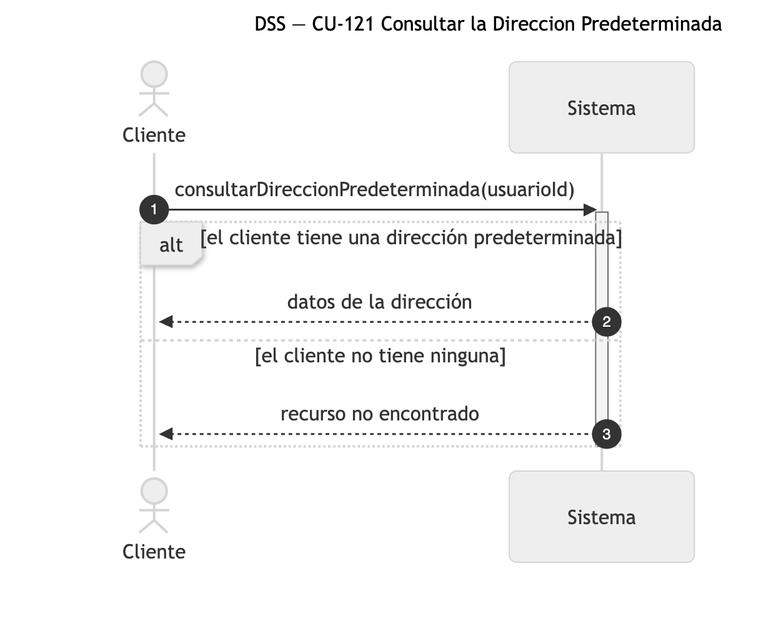
The Mermaid diagram diagramas/png/DSS_CU-121_Consultar-la-Direccion-Predeterminada.png in Nahuelito-Dev/splg-docs, before a commit. Its source is kept beside it as diagramas/DSS_CU-121_Consultar-la-Direccion-Predeterminada.mmd.
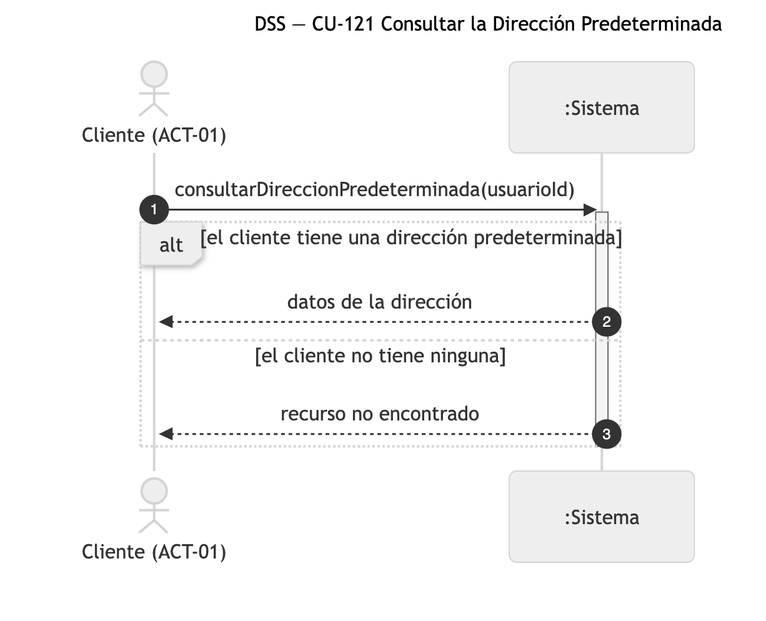
The same file after the commit.

What changed in the source:
```diff
@@ -1,8 +1,8 @@
 sequenceDiagram
-    title DSS — CU-121 Consultar la Direccion Predeterminada
+    title DSS — CU-121 Consultar la Dirección Predeterminada
     autonumber
-    actor CLI as Cliente
-    participant SIS as Sistema
+    actor CLI as Cliente (ACT-01)
+    participant SIS as :Sistema
 
     CLI->>SIS: consultarDireccionPredeterminada(usuarioId)
     activate SIS
```
